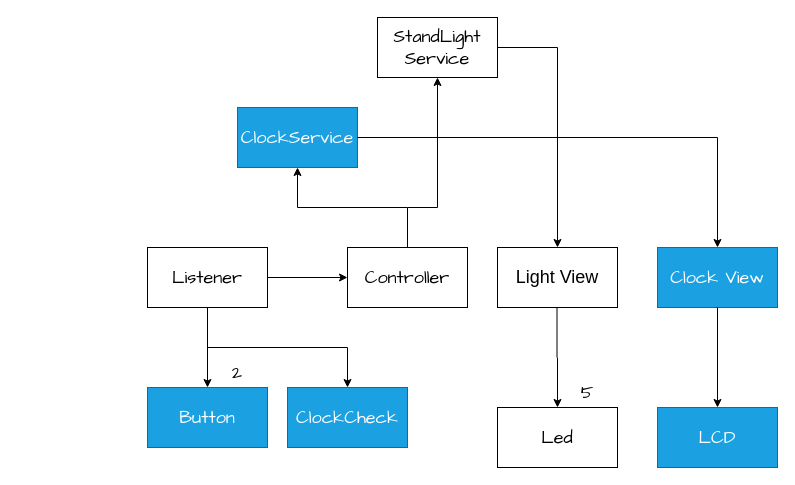
The draw.io diagram page "페이지-1" (1 of 2) of sw_design/architecture.drawio in Kang9609/StandLight_Clock, before the edit. Source tidied: cells renumbered, new cells numbered last; positions are measured from the earlier drawing's top-left corner, leaving out a move shared by most shapes. Both pictures are drawn from the tidied source at 100%, with x=0, y=0 at pixel (147, 17).
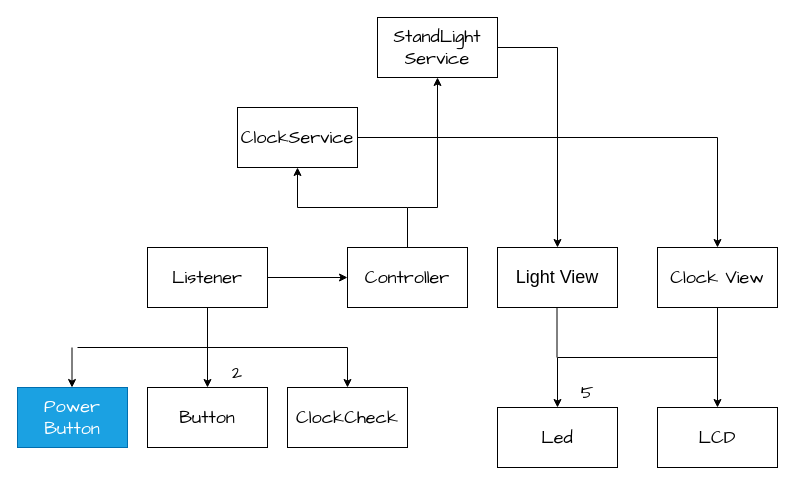
After the change.

What changed in the source:
```diff
@@
-    <mxCell id="2" value="&lt;font face=&quot;Comic Sans MS&quot;&gt;Button&lt;/font&gt;" style="whiteSpace=wrap;html=1;fontSize=18;rounded=0;fillColor=#1ba1e2;fontColor=#ffffff;strokeColor=#006EAF;" parent="1" vertex="1">
+    <mxCell id="2" value="&lt;font face=&quot;Comic Sans MS&quot;&gt;Button&lt;/font&gt;" style="whiteSpace=wrap;html=1;fontSize=18;rounded=0;" parent="1" vertex="1">
       <mxGeometry y="370" width="120" height="60" as="geometry" />
     </mxCell>
@@
-    <mxCell id="12" value="&lt;font face=&quot;Comic Sans MS&quot; style=&quot;font-size: 18px&quot;&gt;LCD&lt;/font&gt;" style="rounded=0;whiteSpace=wrap;html=1;fillColor=#1ba1e2;fontColor=#ffffff;strokeColor=#006EAF;" parent="1" vertex="1">
+    <mxCell id="12" value="&lt;font face=&quot;Comic Sans MS&quot; style=&quot;font-size: 18px&quot;&gt;LCD&lt;/font&gt;" style="rounded=0;whiteSpace=wrap;html=1;" parent="1" vertex="1">
       <mxGeometry x="510" y="390" width="120" height="60" as="geometry" />
     </mxCell>
@@
-    <mxCell id="16" value="ClockService" style="rounded=0;whiteSpace=wrap;html=1;fontFamily=Comic Sans MS;fontSize=18;fillColor=#1ba1e2;fontColor=#ffffff;strokeColor=#006EAF;" parent="1" vertex="1">
+    <mxCell id="16" value="ClockService" style="rounded=0;whiteSpace=wrap;html=1;fontFamily=Comic Sans MS;fontSize=18;" parent="1" vertex="1">
       <mxGeometry x="90" y="90" width="120" height="60" as="geometry" />
     </mxCell>
@@
-    <mxCell id="20" value="Clock View" style="rounded=0;whiteSpace=wrap;html=1;fontFamily=Comic Sans MS;fontSize=18;fillColor=#1ba1e2;fontColor=#ffffff;strokeColor=#006EAF;" parent="1" vertex="1">
+    <mxCell id="20" value="Clock View" style="rounded=0;whiteSpace=wrap;html=1;fontFamily=Comic Sans MS;fontSize=18;" parent="1" vertex="1">
       <mxGeometry x="510" y="230" width="120" height="60" as="geometry" />
     </mxCell>
@@
-    <mxCell id="23" value="ClockCheck" style="rounded=0;whiteSpace=wrap;html=1;fontFamily=Comic Sans MS;fontSize=18;fillColor=#1ba1e2;fontColor=#ffffff;strokeColor=#006EAF;" parent="1" vertex="1">
+    <mxCell id="23" value="ClockCheck" style="rounded=0;whiteSpace=wrap;html=1;fontFamily=Comic Sans MS;fontSize=18;" parent="1" vertex="1">
       <mxGeometry x="140" y="370" width="120" height="60" as="geometry" />
     </mxCell>
@@
+    <mxCell id="29" value="&lt;font face=&quot;Comic Sans MS&quot; style=&quot;font-size: 18px&quot;&gt;Power&lt;br&gt;Button&lt;br&gt;&lt;/font&gt;" style="rounded=0;whiteSpace=wrap;html=1;fillColor=#1ba1e2;fontColor=#ffffff;strokeColor=#006EAF;" parent="1" vertex="1">
+      <mxGeometry x="-130" y="370" width="110" height="60" as="geometry" />
+    </mxCell>
+    <mxCell id="30" style="endArrow=classic;html=1;fontFamily=Comic Sans MS;fontSize=18;" parent="1" edge="1">
+      <mxGeometry relative="1" as="geometry">
+        <mxPoint x="-75.5" y="330" as="sourcePoint" />
+        <mxPoint x="-75.5" y="370" as="targetPoint" />
+      </mxGeometry>
+    </mxCell>
+    <mxCell id="31" style="endArrow=none;html=1;fontFamily=Comic Sans MS;fontSize=18;" parent="1" edge="1">
+      <mxGeometry relative="1" as="geometry">
+        <mxPoint x="-70" y="330" as="sourcePoint" />
+        <mxPoint x="60" y="330" as="targetPoint" />
+      </mxGeometry>
+    </mxCell>
+    <mxCell id="32" style="endArrow=none;html=1;fontFamily=Comic Sans MS;fontSize=18;" parent="1" edge="1">
+      <mxGeometry relative="1" as="geometry">
+        <mxPoint x="410" y="340" as="sourcePoint" />
+        <mxPoint x="570" y="340" as="targetPoint" />
+      </mxGeometry>
+    </mxCell>
```
